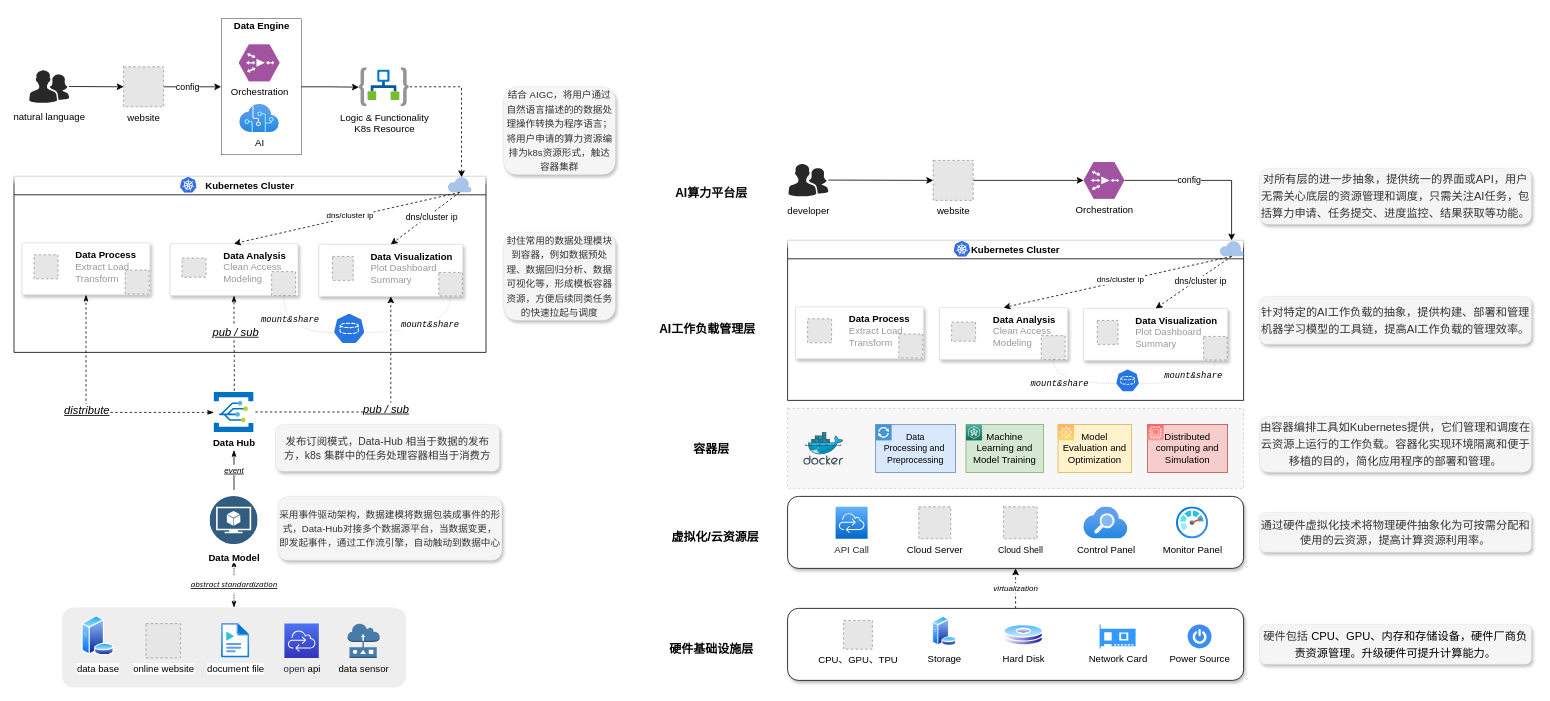
siruzhong/drawing keeps this draw.io diagram as rpl.drawio. Above is the earlier version. Source tidied: cells renumbered, new cells numbered last; positions are measured from the earlier drawing's top-left corner, leaving out a move shared by most shapes. Both pictures are drawn from the tidied source at 80%, with x=0, y=0 at pixel (14, 14). Pictures stored in the file or linked from it are replaced by grey dashed boxes.
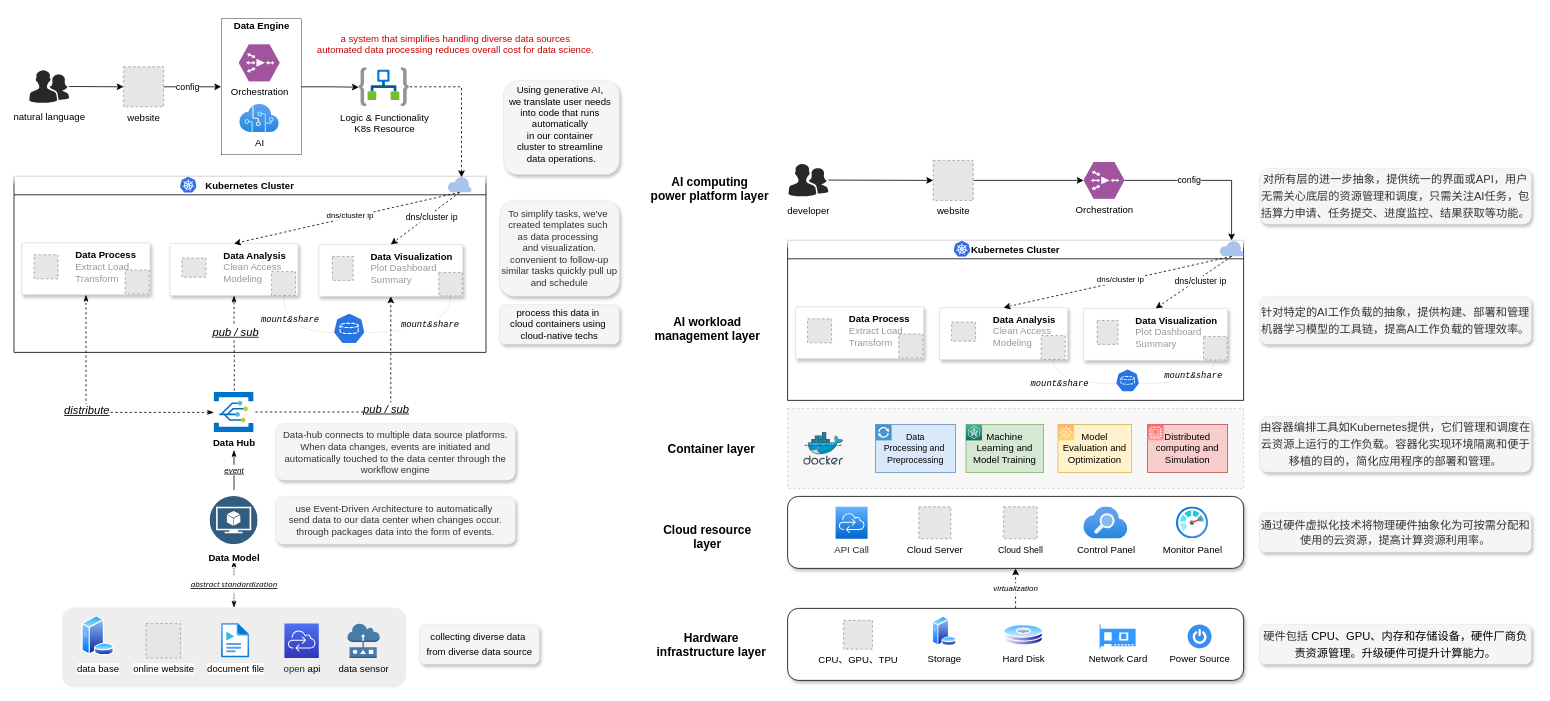
The same page after the edit.

Diff of the diagram source:
```diff
@@
-    <mxCell id="64" value="&lt;b&gt;&lt;font style=&quot;font-size: 15px;&quot;&gt;硬件基础设施层&lt;/font&gt;&lt;/b&gt;" style="text;html=1;strokeColor=none;fillColor=none;align=center;verticalAlign=middle;whiteSpace=wrap;rounded=0;" parent="1" vertex="1">
-      <mxGeometry x="817" y="773" width="110" height="40" as="geometry" />
+    <mxCell id="64" value="&lt;b&gt;&lt;font style=&quot;font-size: 15px;&quot;&gt;Hardware infrastructure layer&lt;/font&gt;&lt;/b&gt;" style="text;html=1;strokeColor=none;fillColor=none;align=center;verticalAlign=middle;whiteSpace=wrap;rounded=0;" parent="1" vertex="1">
+      <mxGeometry x="797" y="763" width="150" height="50" as="geometry" />
     </mxCell>
-    <mxCell id="65" value="&lt;b&gt;&lt;font style=&quot;font-size: 15px;&quot;&gt;虚拟化/云资源层&lt;/font&gt;&lt;/b&gt;" style="text;html=1;strokeColor=none;fillColor=none;align=center;verticalAlign=middle;whiteSpace=wrap;rounded=0;" parent="1" vertex="1">
-      <mxGeometry x="817" y="633" width="120" height="40" as="geometry" />
+    <mxCell id="65" value="&lt;b&gt;&lt;font style=&quot;font-size: 15px;&quot;&gt;Cloud resource layer&lt;/font&gt;&lt;/b&gt;" style="text;html=1;strokeColor=none;fillColor=none;align=center;verticalAlign=middle;whiteSpace=wrap;rounded=0;" parent="1" vertex="1">
+      <mxGeometry x="807" y="633" width="120" height="40" as="geometry" />
     </mxCell>
-    <mxCell id="66" value="&lt;b&gt;&lt;font style=&quot;font-size: 15px;&quot;&gt;容器层&lt;/font&gt;&lt;/b&gt;" style="text;html=1;strokeColor=none;fillColor=none;align=center;verticalAlign=middle;whiteSpace=wrap;rounded=0;" parent="1" vertex="1">
-      <mxGeometry x="817" y="523" width="110" height="40" as="geometry" />
+    <mxCell id="66" value="&lt;b&gt;&lt;font style=&quot;font-size: 15px;&quot;&gt;Container layer&lt;/font&gt;&lt;/b&gt;" style="text;html=1;strokeColor=none;fillColor=none;align=center;verticalAlign=middle;whiteSpace=wrap;rounded=0;" parent="1" vertex="1">
+      <mxGeometry x="807" y="523" width="130" height="40" as="geometry" />
     </mxCell>
-    <mxCell id="67" value="&lt;b&gt;&lt;font style=&quot;font-size: 15px;&quot;&gt;AI工作负载管理层&lt;/font&gt;&lt;/b&gt;" style="text;html=1;strokeColor=none;fillColor=none;align=center;verticalAlign=middle;whiteSpace=wrap;rounded=0;" parent="1" vertex="1">
+    <mxCell id="67" value="&lt;b&gt;&lt;font style=&quot;font-size: 15px;&quot;&gt;AI workload &lt;br&gt;management layer&lt;/font&gt;&lt;/b&gt;" style="text;html=1;strokeColor=none;fillColor=none;align=center;verticalAlign=middle;whiteSpace=wrap;rounded=0;" parent="1" vertex="1">
       <mxGeometry x="757" y="373" width="220" height="40" as="geometry" />
     </mxCell>
@@
-    <mxCell id="109" value="&lt;b&gt;&lt;font style=&quot;font-size: 15px;&quot;&gt;AI算力平台层&lt;/font&gt;&lt;/b&gt;" style="text;html=1;strokeColor=none;fillColor=none;align=center;verticalAlign=middle;whiteSpace=wrap;rounded=0;" parent="1" vertex="1">
-      <mxGeometry x="817" y="203" width="110" height="40" as="geometry" />
+    <mxCell id="109" value="&lt;b style=&quot;font-size: 15px;&quot;&gt;AI computing &lt;br&gt;power platform layer&lt;/b&gt;" style="text;html=1;strokeColor=none;fillColor=none;align=center;verticalAlign=middle;whiteSpace=wrap;rounded=0;" parent="1" vertex="1">
+      <mxGeometry x="790" y="193" width="160" height="50" as="geometry" />
     </mxCell>
@@
-    <mxCell id="116" value="&lt;div style=&quot;&quot;&gt;&lt;div style=&quot;&quot;&gt;&lt;p style=&quot;font-family: DengXian; line-height: 150%;&quot;&gt;&lt;font style=&quot;font-size: 13px;&quot;&gt;发布订阅模式，Data-Hub 相当于数据的发布方，k8s 集群中的任务处理容器相当于消费方&lt;/font&gt;&lt;/p&gt;&lt;/div&gt;&lt;/div&gt;" style="text;html=1;align=center;verticalAlign=middle;whiteSpace=wrap;rounded=1;shadow=1;strokeWidth=0;glass=0;fillColor=#f5f5f5;strokeColor=#666666;fontColor=#333333;" parent="1" vertex="1">
-      <mxGeometry x="327" y="513" width="280" height="59" as="geometry" />
+    <mxCell id="116" value="&lt;div style=&quot;line-height: 120%;&quot;&gt;&lt;div style=&quot;line-height: 120%;&quot;&gt;&lt;p style=&quot;font-family: DengXian; line-height: 120%;&quot;&gt;Data-hub connects to multiple data source platforms. When data changes, events are initiated and automatically touched to the data center through the workflow engine&lt;br&gt;&lt;/p&gt;&lt;/div&gt;&lt;/div&gt;" style="text;html=1;align=center;verticalAlign=middle;whiteSpace=wrap;rounded=1;shadow=1;strokeWidth=0;glass=0;fillColor=#f5f5f5;strokeColor=#666666;fontColor=#333333;" parent="1" vertex="1">
+      <mxGeometry x="327" y="512" width="300" height="71" as="geometry" />
     </mxCell>
-    <mxCell id="117" value="&lt;div style=&quot;font-size: 15px;&quot;&gt;&lt;div style=&quot;font-size: 12px;&quot;&gt;&lt;p style=&quot;font-family: DengXian; line-height: 150%;&quot;&gt;采用事件驱动架构，数据建模&lt;span style=&quot;background-color: initial;&quot;&gt;将数据包装成事件的形式，Data-Hub对接多个数据源平台，当数据变更，即发起事件，通过工作流引擎，自动触动到数据中心&lt;/span&gt;&lt;/p&gt;&lt;/div&gt;&lt;/div&gt;" style="text;html=1;align=center;verticalAlign=middle;whiteSpace=wrap;rounded=1;shadow=1;strokeWidth=0;glass=0;fillColor=#f5f5f5;strokeColor=#666666;fontColor=#333333;" parent="1" vertex="1">
-      <mxGeometry x="330" y="603" width="280" height="80" as="geometry" />
+    <mxCell id="117" value="&lt;div style=&quot;&quot;&gt;&lt;div style=&quot;&quot;&gt;&lt;div style=&quot;color: rgb(0, 0, 0); font-size: medium; text-align: start;&quot;&gt;&lt;/div&gt;&lt;p style=&quot;line-height: 120%;&quot;&gt;use&amp;nbsp;Event-Driven&amp;nbsp;Architecture&amp;nbsp;to&amp;nbsp;automatically&amp;nbsp;&lt;br&gt;send&amp;nbsp;data&amp;nbsp;to&amp;nbsp;our&amp;nbsp;data&amp;nbsp;center&amp;nbsp;when&amp;nbsp;changes&amp;nbsp;occur.&lt;br&gt;&lt;font face=&quot;DengXian&quot;&gt;through packages data into the form of events.&lt;/font&gt;&lt;br&gt;&lt;/p&gt;&lt;/div&gt;&lt;/div&gt;" style="text;html=1;align=center;verticalAlign=middle;whiteSpace=wrap;rounded=1;shadow=1;strokeWidth=0;glass=0;fillColor=#f5f5f5;strokeColor=#666666;fontColor=#333333;" parent="1" vertex="1">
+      <mxGeometry x="327" y="603" width="300" height="60" as="geometry" />
     </mxCell>
-    <mxCell id="118" value="&lt;div style=&quot;&quot;&gt;&lt;div style=&quot;&quot;&gt;&lt;p style=&quot;font-family: DengXian; line-height: 150%;&quot;&gt;&lt;font style=&quot;font-size: 12px;&quot;&gt;结合 AIGC，将用户通过自然语言描述的的数据处理操作转换为程序语言；将用户申请的算力资源编排为k8s资源形式，触达容器集群&lt;/font&gt;&lt;/p&gt;&lt;/div&gt;&lt;/div&gt;" style="text;html=1;align=center;verticalAlign=middle;whiteSpace=wrap;rounded=1;shadow=1;strokeWidth=0;glass=0;fillColor=#f5f5f5;strokeColor=#666666;fontColor=#333333;" parent="1" vertex="1">
-      <mxGeometry x="612" y="91" width="140" height="110" as="geometry" />
+    <mxCell id="118" value="&lt;div style=&quot;&quot;&gt;&lt;div style=&quot;&quot;&gt;&lt;div style=&quot;color: rgb(0, 0, 0); font-size: medium; text-align: start;&quot;&gt;&lt;/div&gt;&lt;div style=&quot;color: rgb(0, 0, 0);&quot; class=&quot;document&quot;&gt;&lt;div style=&quot;&quot; class=&quot;section&quot;&gt;&lt;p style=&quot;margin: 3pt 0pt; font-family: 等线; line-height: 18.24px;&quot; class=&quot;paragraph text-align-type-left&quot;&gt;&lt;/p&gt;&lt;div style=&quot;&quot;&gt;&lt;span style=&quot;background-color: initial;&quot;&gt;Using&amp;nbsp;generative&amp;nbsp;AI,&amp;nbsp;&lt;/span&gt;&lt;/div&gt;&lt;font style=&quot;font-size: 12px;&quot;&gt;&lt;div style=&quot;&quot;&gt;&lt;span style=&quot;background-color: initial;&quot;&gt;we&amp;nbsp;translate&amp;nbsp;user&amp;nbsp;needs&amp;nbsp;&lt;/span&gt;&lt;/div&gt;&lt;div style=&quot;&quot;&gt;&lt;span style=&quot;background-color: initial;&quot;&gt;into&amp;nbsp;code&amp;nbsp;that&amp;nbsp;runs&amp;nbsp;&lt;/span&gt;&lt;/div&gt;&lt;div style=&quot;&quot;&gt;&lt;span style=&quot;background-color: initial;&quot;&gt;automatically&amp;nbsp;&lt;/span&gt;&lt;/div&gt;&lt;div style=&quot;&quot;&gt;&lt;span style=&quot;background-color: initial;&quot;&gt;in&amp;nbsp;our&amp;nbsp;container&amp;nbsp;&lt;/span&gt;&lt;/div&gt;&lt;div style=&quot;&quot;&gt;&lt;span style=&quot;background-color: initial;&quot;&gt;cluster&amp;nbsp;to&amp;nbsp;streamline&amp;nbsp;&lt;/span&gt;&lt;/div&gt;&lt;div style=&quot;&quot;&gt;&lt;span style=&quot;background-color: initial;&quot;&gt;data&amp;nbsp;operations.&lt;/span&gt;&lt;/div&gt;&lt;/font&gt;&lt;p&gt;&lt;/p&gt;&lt;/div&gt;&lt;/div&gt;&lt;/div&gt;&lt;/div&gt;" style="text;html=1;align=center;verticalAlign=middle;whiteSpace=wrap;rounded=1;shadow=1;strokeWidth=0;glass=0;fillColor=#f5f5f5;strokeColor=#666666;fontColor=#333333;" parent="1" vertex="1">
+      <mxGeometry x="612" y="83" width="145" height="118" as="geometry" />
     </mxCell>
-    <mxCell id="119" value="&lt;div style=&quot;&quot;&gt;&lt;div style=&quot;&quot;&gt;&lt;p style=&quot;font-family: DengXian; line-height: 150%;&quot;&gt;封住常用的数据处理模块到容器，例如数据预处理、数据回归分析、数据可视化等，形成模板容器资源，方便后续同类任务的快速拉起与调度&lt;/p&gt;&lt;/div&gt;&lt;/div&gt;" style="text;html=1;align=center;verticalAlign=middle;whiteSpace=wrap;rounded=1;shadow=1;strokeWidth=0;glass=0;fillColor=#f5f5f5;strokeColor=#666666;fontColor=#333333;" parent="1" vertex="1">
-      <mxGeometry x="612" y="273" width="140" height="110" as="geometry" />
+    <mxCell id="119" value="&lt;div style=&quot;&quot;&gt;&lt;div style=&quot;&quot;&gt;&lt;p style=&quot;line-height: 120%;&quot;&gt;To&amp;nbsp;simplify&amp;nbsp;tasks,&amp;nbsp;we've&amp;nbsp;&lt;br&gt;created&amp;nbsp;templates&amp;nbsp;such&amp;nbsp;&lt;br&gt;as&amp;nbsp;data&amp;nbsp;processing&amp;nbsp;&lt;br&gt;and&amp;nbsp;visualization. convenient to follow-up similar tasks quickly pull up and schedule&lt;/p&gt;&lt;div style=&quot;color: rgb(0, 0, 0); font-size: medium; text-align: start;&quot;&gt;&lt;/div&gt;&lt;/div&gt;&lt;/div&gt;" style="text;html=1;align=center;verticalAlign=middle;whiteSpace=wrap;rounded=1;shadow=1;strokeWidth=0;glass=0;fillColor=#f5f5f5;strokeColor=#666666;fontColor=#333333;" parent="1" vertex="1">
+      <mxGeometry x="607" y="233" width="150" height="120" as="geometry" />
     </mxCell>
+    <mxCell id="120" value="&lt;div style=&quot;&quot;&gt;&lt;div style=&quot;&quot;&gt;&lt;div style=&quot;font-size: medium; color: rgb(0, 0, 0); text-align: start;&quot;&gt;&lt;/div&gt;&lt;div style=&quot;color: rgb(0, 0, 0);&quot; class=&quot;document&quot;&gt;&lt;div style=&quot;&quot; class=&quot;section&quot;&gt;&lt;p style=&quot;margin: 3pt 0pt; font-family: 等线; line-height: 18.24px;&quot; class=&quot;paragraph text-align-type-left&quot;&gt;&lt;span style=&quot;&quot;&gt;collecting&amp;nbsp;diverse&amp;nbsp;data&amp;nbsp;&lt;/span&gt;&lt;br&gt;&lt;font style=&quot;font-size: 12px;&quot;&gt;from&amp;nbsp;diverse data source&lt;/font&gt;&lt;/p&gt;&lt;/div&gt;&lt;/div&gt;&lt;/div&gt;&lt;/div&gt;" style="text;html=1;align=center;verticalAlign=middle;whiteSpace=wrap;rounded=1;shadow=1;strokeWidth=0;glass=0;fillColor=#f5f5f5;strokeColor=#666666;fontColor=#333333;" parent="1" vertex="1">
+      <mxGeometry x="507" y="763" width="150" height="50" as="geometry" />
+    </mxCell>
+    <mxCell id="121" value="&lt;div style=&quot;&quot;&gt;&lt;div style=&quot;&quot;&gt;&lt;div style=&quot;color: rgb(0, 0, 0); font-size: medium; text-align: start;&quot;&gt;&lt;/div&gt;&lt;div style=&quot;color: rgb(0, 0, 0);&quot; class=&quot;document&quot;&gt;&lt;div style=&quot;&quot; class=&quot;section&quot;&gt;&lt;p style=&quot;margin: 3pt 0pt; font-family: 等线; line-height: 120%;&quot; class=&quot;paragraph text-align-type-left&quot;&gt;&lt;font style=&quot;font-size: 12px;&quot;&gt;process&amp;nbsp;this&amp;nbsp;data&amp;nbsp;in&amp;nbsp;&lt;br&gt;cloud&amp;nbsp;containers&amp;nbsp;using&amp;nbsp;&lt;br&gt;cloud-native&amp;nbsp;techs&lt;/font&gt;&lt;/p&gt;&lt;/div&gt;&lt;/div&gt;&lt;/div&gt;&lt;/div&gt;" style="text;html=1;align=center;verticalAlign=middle;whiteSpace=wrap;rounded=1;shadow=1;strokeWidth=0;glass=0;fillColor=#f5f5f5;strokeColor=#666666;fontColor=#333333;" parent="1" vertex="1">
+      <mxGeometry x="607" y="363" width="150" height="50" as="geometry" />
+    </mxCell>
+    <mxCell id="122" value="&lt;div style=&quot;color: rgb(0, 0, 0); font-size: medium; font-style: normal; font-variant-ligatures: normal; font-variant-caps: normal; font-weight: 400; letter-spacing: normal; orphans: 2; text-align: start; text-indent: 0px; text-transform: none; widows: 2; word-spacing: 0px; -webkit-text-stroke-width: 0px; text-decoration-thickness: initial; text-decoration-style: initial; text-decoration-color: initial;&quot;&gt;&lt;/div&gt;&lt;div class=&quot;document&quot; style=&quot;font-size: medium; font-style: normal; font-variant-ligatures: normal; font-variant-caps: normal; font-weight: 400; letter-spacing: normal; orphans: 2; text-indent: 0px; text-transform: none; widows: 2; word-spacing: 0px; -webkit-text-stroke-width: 0px; text-decoration-thickness: initial; text-decoration-style: initial; text-decoration-color: initial;&quot;&gt;&lt;div style=&quot;font-size: 12px;&quot; class=&quot;section&quot;&gt;&lt;p class=&quot;paragraph text-align-type-left&quot; style=&quot;color: rgb(0, 0, 0); margin: 3pt 0pt; font-family: 等线; font-size: 12pt; line-height: 18.24px;&quot;&gt;&lt;/p&gt;&lt;div style=&quot;&quot;&gt;&lt;div style=&quot;text-align: center;&quot;&gt;&lt;span style=&quot;background-color: initial; letter-spacing: 0pt;&quot;&gt;&lt;font color=&quot;#cc0000&quot;&gt;a&amp;nbsp;system&amp;nbsp;that&amp;nbsp;simplifies&amp;nbsp;handling&amp;nbsp;diverse&amp;nbsp;data&amp;nbsp;sources&lt;/font&gt;&lt;/span&gt;&lt;/div&gt;&lt;span style=&quot;letter-spacing: 0pt; background-color: initial;&quot;&gt;&lt;div style=&quot;text-align: center;&quot;&gt;&lt;font color=&quot;#cc0000&quot;&gt;&lt;span style=&quot;letter-spacing: 0pt; background-color: initial;&quot;&gt;automated&amp;nbsp;data&amp;nbsp;processing&amp;nbsp;&lt;/span&gt;&lt;span style=&quot;letter-spacing: 0pt; background-color: initial;&quot;&gt;reduces&amp;nbsp;overall&amp;nbsp;cost&amp;nbsp;for&amp;nbsp;data&amp;nbsp;science.&lt;/span&gt;&lt;/font&gt;&lt;/div&gt;&lt;/span&gt;&lt;/div&gt;&lt;font color=&quot;#000000&quot;&gt;&lt;span lang=&quot;EN-US&quot;&gt;&lt;/span&gt;&lt;/font&gt;&lt;p style=&quot;color: rgb(0, 0, 0);&quot;&gt;&lt;/p&gt;&lt;/div&gt;&lt;/div&gt;" style="text;whiteSpace=wrap;html=1;fontSize=12;fontFamily=Helvetica;" parent="1" vertex="1">
+      <mxGeometry x="377" y="13" width="380" height="50" as="geometry" />
+    </mxCell>
```
